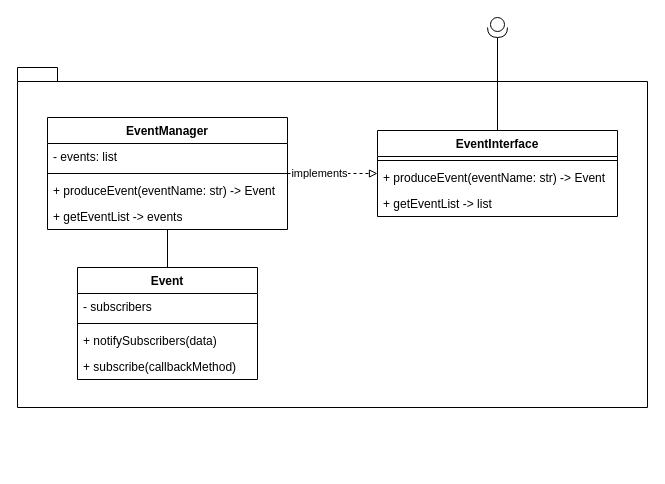
Above: Events/Architecture/EventManager.drawio in Uhgtred/HomeExplorer (draw.io), before the change. Source tidied: cells renumbered, new cells numbered last; positions are measured from the earlier drawing's top-left corner, leaving out a move shared by most shapes. Both pictures are drawn from the tidied source at 100%, with x=0, y=0 at pixel (17, 17).
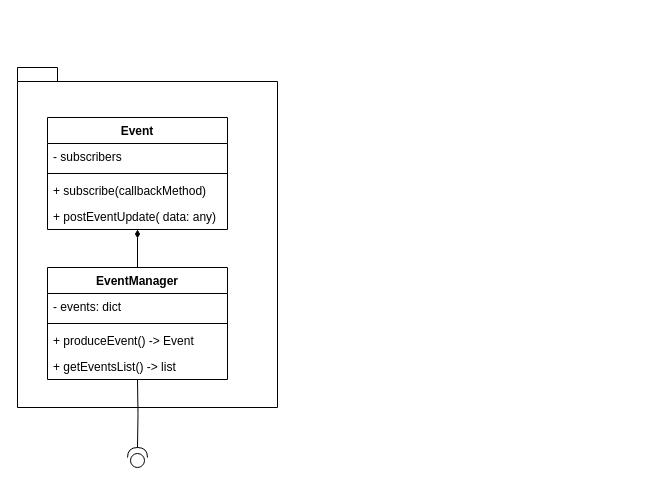
Above is the later version.

Change to the diagram source:
```diff
@@
     <mxCell id="2" style="shape=folder;fontStyle=1;spacingTop=10;tabWidth=40;tabHeight=14;tabPosition=left;html=1;" parent="1" vertex="1">
-      <mxGeometry y="50" width="630" height="340" as="geometry" />
+      <mxGeometry y="50" width="260" height="340" as="geometry" />
     </mxCell>
-    <mxCell id="3" style="edgeStyle=orthogonalEdgeStyle;rounded=0;jettySize=auto;html=1;dashed=1;endArrow=block;endFill=0;" parent="1" edge="1" source="5" target="10">
-      <mxGeometry relative="1" as="geometry" />
-    </mxCell>
-    <mxCell id="4" value="implements" style="edgeLabel;html=1;align=center;verticalAlign=middle;fontColor=default;" parent="3" vertex="1">
-      <mxGeometry x="-0.3" y="1" relative="1" as="geometry" />
-    </mxCell>
-    <mxCell id="5" value="EventManager" style="swimlane;fontStyle=1;align=center;verticalAlign=top;horizontal=1;startSize=26;" parent="1" vertex="1">
-      <mxGeometry x="30" y="100" width="240" height="112" as="geometry" />
+    <mxCell id="5" value="Event" style="swimlane;fontStyle=1;align=center;verticalAlign=top;horizontal=1;startSize=26;" parent="1" vertex="1">
+      <mxGeometry x="30" y="100" width="180" height="112" as="geometry" />
     </mxCell>
-    <mxCell id="6" value="- events: list" style="text;strokeColor=none;fillColor=none;align=left;verticalAlign=top;spacingLeft=4;spacingRight=4;overflow=hidden;" parent="5" vertex="1">
-      <mxGeometry y="26" width="240" height="26" as="geometry" />
+    <mxCell id="6" value="- subscribers" style="text;strokeColor=none;fillColor=none;align=left;verticalAlign=top;spacingLeft=4;spacingRight=4;overflow=hidden;" parent="5" vertex="1">
+      <mxGeometry y="26" width="180" height="26" as="geometry" />
     </mxCell>
     <mxCell id="7" style="line;strokeWidth=1;fillColor=none;align=left;verticalAlign=middle;spacingTop=-1;spacingLeft=3;spacingRight=3;labelPosition=right;strokeColor=inherit;" parent="5" vertex="1">
-      <mxGeometry y="52" width="240" height="8" as="geometry" />
+      <mxGeometry y="52" width="180" height="8" as="geometry" />
     </mxCell>
-    <mxCell id="8" value="+ produceEvent(eventName: str) -&gt; Event" style="text;strokeColor=none;fillColor=none;align=left;verticalAlign=top;spacingLeft=4;spacingRight=4;overflow=hidden;" parent="5" vertex="1">
-      <mxGeometry y="60" width="240" height="26" as="geometry" />
+    <mxCell id="8" value="+ subscribe(callbackMethod)" style="text;strokeColor=none;fillColor=none;align=left;verticalAlign=top;spacingLeft=4;spacingRight=4;overflow=hidden;" parent="5" vertex="1">
+      <mxGeometry y="60" width="180" height="26" as="geometry" />
     </mxCell>
-    <mxCell id="9" value="+ getEventList -&gt; events" style="text;strokeColor=none;fillColor=none;align=left;verticalAlign=top;spacingLeft=4;spacingRight=4;overflow=hidden;" parent="5" vertex="1">
-      <mxGeometry y="86" width="240" height="26" as="geometry" />
+    <mxCell id="9" value="+ postEventUpdate( data: any)" style="text;strokeColor=none;fillColor=none;align=left;verticalAlign=top;spacingLeft=4;spacingRight=4;overflow=hidden;" parent="5" vertex="1">
+      <mxGeometry y="86" width="180" height="26" as="geometry" />
     </mxCell>
-    <mxCell id="10" value="EventInterface" style="swimlane;fontStyle=1;align=center;verticalAlign=top;horizontal=1;startSize=26;" parent="1" vertex="1">
-      <mxGeometry x="360" y="113" width="240" height="86" as="geometry" />
-    </mxCell>
-    <mxCell id="11" style="line;strokeWidth=1;fillColor=none;align=left;verticalAlign=middle;spacingTop=-1;spacingLeft=3;spacingRight=3;labelPosition=right;strokeColor=inherit;" parent="10" vertex="1">
-      <mxGeometry y="26" width="240" height="8" as="geometry" />
-    </mxCell>
-    <mxCell id="12" value="+ produceEvent(eventName: str) -&gt; Event" style="text;strokeColor=none;fillColor=none;align=left;verticalAlign=top;spacingLeft=4;spacingRight=4;overflow=hidden;labelBackgroundColor=none;fontColor=default;" parent="10" vertex="1">
-      <mxGeometry y="34" width="240" height="26" as="geometry" />
-    </mxCell>
-    <mxCell id="13" value="+ getEventList -&gt; list" style="text;strokeColor=none;fillColor=none;align=left;verticalAlign=top;spacingLeft=4;spacingRight=4;overflow=hidden;" parent="10" vertex="1">
-      <mxGeometry y="60" width="240" height="26" as="geometry" />
-    </mxCell>
-    <mxCell id="14" style="edgeStyle=orthogonalEdgeStyle;rounded=0;jettySize=auto;html=1;exitX=1;exitY=0.5;exitDx=0;exitDy=0;exitPerimeter=0;endArrow=none;endFill=0;" parent="1" edge="1" source="15" target="10">
+    <mxCell id="14" style="edgeStyle=orthogonalEdgeStyle;rounded=0;orthogonalLoop=1;jettySize=auto;html=1;exitX=1;exitY=0.5;exitDx=0;exitDy=0;exitPerimeter=0;endArrow=none;endFill=0;entryX=1;entryY=0.5;entryDx=0;entryDy=0;entryPerimeter=0;" parent="1" edge="1" source="15" target="15">
       <mxGeometry relative="1" as="geometry" />
     </mxCell>
+    <mxCell id="3" style="edgeStyle=orthogonalEdgeStyle;rounded=0;jettySize=auto;html=1;endArrow=none;endFill=0;" parent="1" edge="1" target="17">
+      <mxGeometry relative="1" as="geometry">
+        <mxPoint x="120" y="430" as="sourcePoint" />
+      </mxGeometry>
+    </mxCell>
-    <mxCell id="15" style="shape=providedRequiredInterface;html=1;verticalLabelPosition=bottom;sketch=0;rotation=90;" parent="1" vertex="1">
-      <mxGeometry x="470" width="20" height="20" as="geometry" />
+    <mxCell id="15" style="shape=providedRequiredInterface;html=1;verticalLabelPosition=bottom;sketch=0;rotation=-90;" parent="1" vertex="1">
+      <mxGeometry x="110" y="430" width="20" height="20" as="geometry" />
     </mxCell>
-    <mxCell id="16" style="edgeStyle=orthogonalEdgeStyle;rounded=0;jettySize=auto;html=1;endArrow=none;endFill=0;" parent="1" edge="1" source="17" target="5">
-      <mxGeometry relative="1" as="geometry" />
-    </mxCell>
+    <mxCell id="4" style="edgeStyle=orthogonalEdgeStyle;rounded=0;jettySize=auto;html=1;endArrow=diamondThin;endFill=1;" parent="1" edge="1" source="17" target="5">
+      <mxGeometry relative="1" as="geometry" />
+    </mxCell>
-    <mxCell id="17" value="Event" style="swimlane;fontStyle=1;align=center;verticalAlign=top;horizontal=1;startSize=26;" parent="1" vertex="1">
-      <mxGeometry x="60" y="250" width="180" height="112" as="geometry" />
+    <mxCell id="17" value="EventManager" style="swimlane;fontStyle=1;align=center;verticalAlign=top;horizontal=1;startSize=26;" parent="1" vertex="1">
+      <mxGeometry x="30" y="250" width="180" height="112" as="geometry" />
     </mxCell>
-    <mxCell id="18" value="- subscribers" style="text;strokeColor=none;fillColor=none;align=left;verticalAlign=top;spacingLeft=4;spacingRight=4;overflow=hidden;" parent="17" vertex="1">
+    <mxCell id="18" value="- events: dict" style="text;strokeColor=none;fillColor=none;align=left;verticalAlign=top;spacingLeft=4;spacingRight=4;overflow=hidden;" parent="17" vertex="1">
       <mxGeometry y="26" width="180" height="26" as="geometry" />
     </mxCell>
@@
-    <mxCell id="20" value="+ notifySubscribers(data)" style="text;strokeColor=none;fillColor=none;align=left;verticalAlign=top;spacingLeft=4;spacingRight=4;overflow=hidden;" parent="17" vertex="1">
+    <mxCell id="20" value="+ produceEvent() -&gt; Event" style="text;strokeColor=none;fillColor=none;align=left;verticalAlign=top;spacingLeft=4;spacingRight=4;overflow=hidden;" parent="17" vertex="1">
       <mxGeometry y="60" width="180" height="26" as="geometry" />
     </mxCell>
-    <mxCell id="21" value="+ subscribe(callbackMethod)" style="text;strokeColor=none;fillColor=none;align=left;verticalAlign=top;spacingLeft=4;spacingRight=4;overflow=hidden;" parent="17" vertex="1">
+    <mxCell id="21" value="+ getEventsList() -&gt; list" style="text;strokeColor=none;fillColor=none;align=left;verticalAlign=top;spacingLeft=4;spacingRight=4;overflow=hidden;" parent="17" vertex="1">
       <mxGeometry y="86" width="180" height="26" as="geometry" />
     </mxCell>
```
